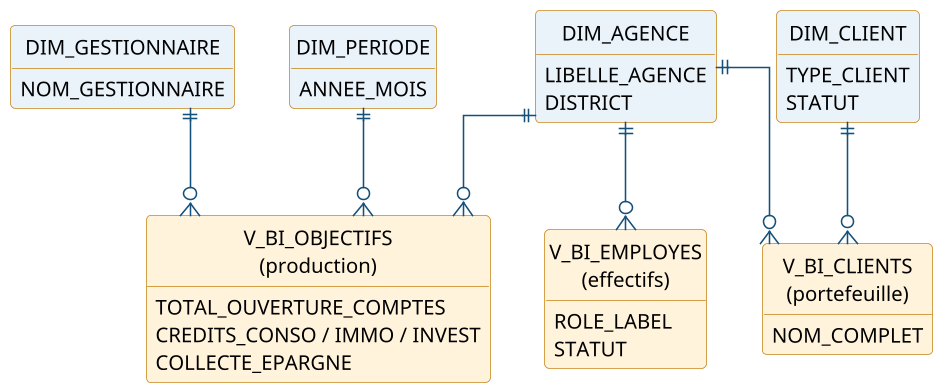
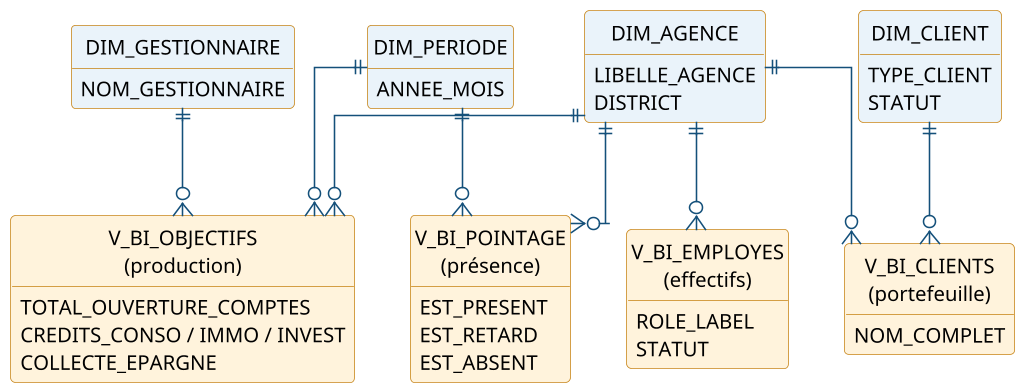
@startuml

skinparam dpi 150
skinparam shadowing false
skinparam DefaultFontName Arial
skinparam DefaultFontSize 13
skinparam ArrowColor #14507A
skinparam roundCorner 6

skinparam linetype ortho
skinparam class {
  BackgroundColor #FFF3DC
  BorderColor #C8861A
}
hide circle
hide methods
entity "DIM_AGENCE" as DA #EAF3FA {
  LIBELLE_AGENCE
  DISTRICT
}
entity "DIM_GESTIONNAIRE" as DG #EAF3FA {
  NOM_GESTIONNAIRE
}
entity "DIM_PERIODE" as DP #EAF3FA {
  ANNEE_MOIS
}
entity "DIM_CLIENT" as DCx #EAF3FA {
  TYPE_CLIENT
  STATUT
}
entity "V_BI_OBJECTIFS\n(production)" as F1 {
  TOTAL_OUVERTURE_COMPTES
  CREDITS_CONSO / IMMO / INVEST
  COLLECTE_EPARGNE
}
entity "V_BI_EMPLOYES\n(effectifs)" as F2 {
  ROLE_LABEL
  STATUT
}
entity "V_BI_CLIENTS\n(portefeuille)" as F3 {
  NOM_COMPLET
}
+ entity "V_BI_POINTAGE\n(présence)" as F4 {
+   EST_PRESENT
+   EST_RETARD
+   EST_ABSENT
+ }
DA ||--o{ F1
DG ||--o{ F1
DP ||--o{ F1
DA ||--o{ F2
DA ||--o{ F3
DCx ||--o{ F3
+ DA ||--o{ F4
+ DP ||--o{ F4
@enduml
